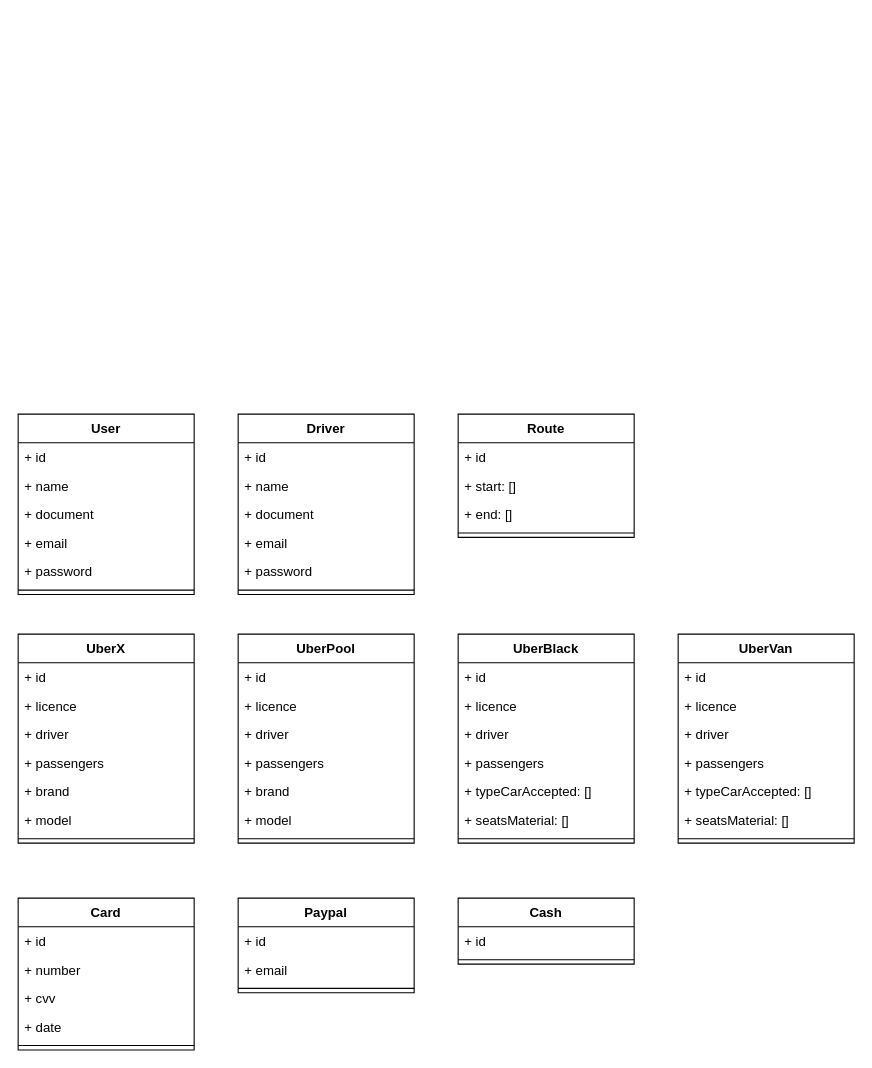
cristianiniguez/curso_programacion_orientada_objetos keeps this draw.io diagram as uml/uber.drawio. Above is the earlier version. Source tidied: cells renumbered, new cells numbered last; positions are measured from the earlier drawing's top-left corner, leaving out a move shared by most shapes. Both pictures are drawn from the tidied source at 110%, with x=0, y=0 at pixel (18, 414).
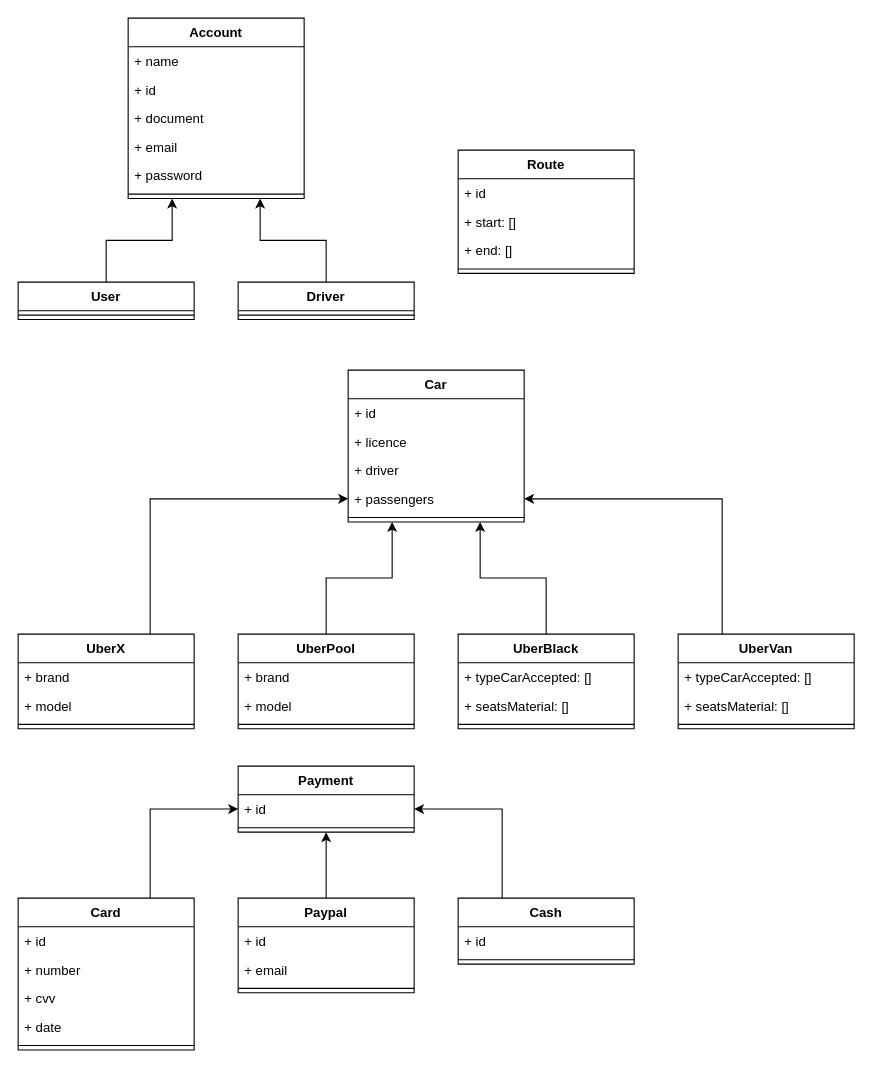
After the change.

Commit message:
poo - analisis: aplicando herencia

Unchanged cells that the change refers to:
```xml
<mxCell id="53" value="Card" style="swimlane;fontStyle=1;align=center;verticalAlign=top;horizontal=1;startSize=26;" parent="1" vertex="1">
  <mxGeometry y="440" width="160" height="138" as="geometry" />
</mxCell>
<mxCell id="59" value="Paypal" style="swimlane;fontStyle=1;align=center;verticalAlign=top;horizontal=1;startSize=26;" parent="1" vertex="1">
  <mxGeometry x="200" y="440" width="160" height="86" as="geometry" />
</mxCell>
<mxCell id="63" value="Cash" style="swimlane;fontStyle=1;align=center;verticalAlign=top;horizontal=1;startSize=26;" parent="1" vertex="1">
  <mxGeometry x="400" y="440" width="160" height="60" as="geometry" />
</mxCell>
```

What changed in the source:
```diff
@@
+    <mxCell id="66" style="edgeStyle=orthogonalEdgeStyle;rounded=0;jettySize=auto;html=1;exitX=0.5;exitY=0;exitDx=0;exitDy=0;entryX=0.25;entryY=1;entryDx=0;entryDy=0;" parent="1" edge="1" source="2" target="75">
+      <mxGeometry relative="1" as="geometry" />
+    </mxCell>
     <mxCell id="2" value="User" style="swimlane;fontStyle=1;align=center;verticalAlign=top;horizontal=1;startSize=26;" parent="1" vertex="1">
-      <mxGeometry width="160" height="164" as="geometry" />
+      <mxGeometry y="-120" width="160" height="34" as="geometry" />
     </mxCell>
-    <mxCell id="3" value="+ id" style="text;strokeColor=none;fillColor=none;align=left;verticalAlign=top;spacingLeft=4;spacingRight=4;overflow=hidden;" parent="2" vertex="1">
-      <mxGeometry y="26" width="160" height="26" as="geometry" />
-    </mxCell>
-    <mxCell id="4" value="+ name" style="text;strokeColor=none;fillColor=none;align=left;verticalAlign=top;spacingLeft=4;spacingRight=4;overflow=hidden;" parent="2" vertex="1">
-      <mxGeometry y="52" width="160" height="26" as="geometry" />
-    </mxCell>
-    <mxCell id="5" value="+ document" style="text;strokeColor=none;fillColor=none;align=left;verticalAlign=top;spacingLeft=4;spacingRight=4;overflow=hidden;" parent="2" vertex="1">
-      <mxGeometry y="78" width="160" height="26" as="geometry" />
-    </mxCell>
-    <mxCell id="6" value="+ email" style="text;strokeColor=none;fillColor=none;align=left;verticalAlign=top;spacingLeft=4;spacingRight=4;overflow=hidden;" parent="2" vertex="1">
-      <mxGeometry y="104" width="160" height="26" as="geometry" />
-    </mxCell>
-    <mxCell id="7" value="+ password" style="text;strokeColor=none;fillColor=none;align=left;verticalAlign=top;spacingLeft=4;spacingRight=4;overflow=hidden;" parent="2" vertex="1">
-      <mxGeometry y="130" width="160" height="26" as="geometry" />
-    </mxCell>
     <mxCell id="8" style="line;strokeWidth=1;fillColor=none;align=left;verticalAlign=middle;spacingTop=-1;spacingLeft=3;spacingRight=3;labelPosition=right;" parent="2" vertex="1">
-      <mxGeometry y="156" width="160" height="8" as="geometry" />
+      <mxGeometry y="26" width="160" height="8" as="geometry" />
     </mxCell>
     <mxCell id="9" value="Route" style="swimlane;fontStyle=1;align=center;verticalAlign=top;horizontal=1;startSize=26;" parent="1" vertex="1">
-      <mxGeometry x="400" width="160" height="112" as="geometry" />
+      <mxGeometry x="400" y="-240" width="160" height="112" as="geometry" />
     </mxCell>
@@
+    <mxCell id="67" style="edgeStyle=orthogonalEdgeStyle;rounded=0;jettySize=auto;html=1;exitX=0.75;exitY=0;exitDx=0;exitDy=0;entryX=0;entryY=0.5;entryDx=0;entryDy=0;" parent="1" edge="1" source="14" target="89">
+      <mxGeometry relative="1" as="geometry" />
+    </mxCell>
     <mxCell id="14" value="UberX" style="swimlane;fontStyle=1;align=center;verticalAlign=top;horizontal=1;startSize=26;" parent="1" vertex="1">
-      <mxGeometry y="200" width="160" height="190" as="geometry" />
+      <mxGeometry y="200" width="160" height="86" as="geometry" />
     </mxCell>
-    <mxCell id="15" value="+ id" style="text;strokeColor=none;fillColor=none;align=left;verticalAlign=top;spacingLeft=4;spacingRight=4;overflow=hidden;" parent="14" vertex="1">
-      <mxGeometry y="26" width="160" height="26" as="geometry" />
-    </mxCell>
-    <mxCell id="16" value="+ licence" style="text;strokeColor=none;fillColor=none;align=left;verticalAlign=top;spacingLeft=4;spacingRight=4;overflow=hidden;" parent="14" vertex="1">
-      <mxGeometry y="52" width="160" height="26" as="geometry" />
-    </mxCell>
-    <mxCell id="17" value="+ driver" style="text;strokeColor=none;fillColor=none;align=left;verticalAlign=top;spacingLeft=4;spacingRight=4;overflow=hidden;" parent="14" vertex="1">
-      <mxGeometry y="78" width="160" height="26" as="geometry" />
-    </mxCell>
-    <mxCell id="18" value="+ passengers" style="text;strokeColor=none;fillColor=none;align=left;verticalAlign=top;spacingLeft=4;spacingRight=4;overflow=hidden;" parent="14" vertex="1">
-      <mxGeometry y="104" width="160" height="26" as="geometry" />
-    </mxCell>
     <mxCell id="19" value="+ brand" style="text;strokeColor=none;fillColor=none;align=left;verticalAlign=top;spacingLeft=4;spacingRight=4;overflow=hidden;" parent="14" vertex="1">
-      <mxGeometry y="130" width="160" height="26" as="geometry" />
+      <mxGeometry y="26" width="160" height="26" as="geometry" />
     </mxCell>
     <mxCell id="20" value="+ model" style="text;strokeColor=none;fillColor=none;align=left;verticalAlign=top;spacingLeft=4;spacingRight=4;overflow=hidden;" parent="14" vertex="1">
-      <mxGeometry y="156" width="160" height="26" as="geometry" />
+      <mxGeometry y="52" width="160" height="26" as="geometry" />
     </mxCell>
     <mxCell id="21" style="line;strokeWidth=1;fillColor=none;align=left;verticalAlign=middle;spacingTop=-1;spacingLeft=3;spacingRight=3;labelPosition=right;" parent="14" vertex="1">
-      <mxGeometry y="182" width="160" height="8" as="geometry" />
+      <mxGeometry y="78" width="160" height="8" as="geometry" />
     </mxCell>
+    <mxCell id="68" style="edgeStyle=orthogonalEdgeStyle;rounded=0;jettySize=auto;html=1;exitX=0.5;exitY=0;exitDx=0;exitDy=0;entryX=0.75;entryY=1;entryDx=0;entryDy=0;" parent="1" edge="1" source="22" target="85">
+      <mxGeometry relative="1" as="geometry" />
+    </mxCell>
     <mxCell id="22" value="UberBlack" style="swimlane;fontStyle=1;align=center;verticalAlign=top;horizontal=1;startSize=26;" parent="1" vertex="1">
-      <mxGeometry x="400" y="200" width="160" height="190" as="geometry" />
+      <mxGeometry x="400" y="200" width="160" height="86" as="geometry" />
     </mxCell>
-    <mxCell id="23" value="+ id" style="text;strokeColor=none;fillColor=none;align=left;verticalAlign=top;spacingLeft=4;spacingRight=4;overflow=hidden;" parent="22" vertex="1">
-      <mxGeometry y="26" width="160" height="26" as="geometry" />
-    </mxCell>
-    <mxCell id="24" value="+ licence" style="text;strokeColor=none;fillColor=none;align=left;verticalAlign=top;spacingLeft=4;spacingRight=4;overflow=hidden;" parent="22" vertex="1">
-      <mxGeometry y="52" width="160" height="26" as="geometry" />
-    </mxCell>
-    <mxCell id="25" value="+ driver" style="text;strokeColor=none;fillColor=none;align=left;verticalAlign=top;spacingLeft=4;spacingRight=4;overflow=hidden;" parent="22" vertex="1">
-      <mxGeometry y="78" width="160" height="26" as="geometry" />
-    </mxCell>
-    <mxCell id="26" value="+ passengers" style="text;strokeColor=none;fillColor=none;align=left;verticalAlign=top;spacingLeft=4;spacingRight=4;overflow=hidden;" parent="22" vertex="1">
-      <mxGeometry y="104" width="160" height="26" as="geometry" />
-    </mxCell>
     <mxCell id="27" value="+ typeCarAccepted: []" style="text;strokeColor=none;fillColor=none;align=left;verticalAlign=top;spacingLeft=4;spacingRight=4;overflow=hidden;" parent="22" vertex="1">
-      <mxGeometry y="130" width="160" height="26" as="geometry" />
+      <mxGeometry y="26" width="160" height="26" as="geometry" />
     </mxCell>
     <mxCell id="28" value="+ seatsMaterial: []" style="text;strokeColor=none;fillColor=none;align=left;verticalAlign=top;spacingLeft=4;spacingRight=4;overflow=hidden;" parent="22" vertex="1">
-      <mxGeometry y="156" width="160" height="26" as="geometry" />
+      <mxGeometry y="52" width="160" height="26" as="geometry" />
     </mxCell>
     <mxCell id="29" style="line;strokeWidth=1;fillColor=none;align=left;verticalAlign=middle;spacingTop=-1;spacingLeft=3;spacingRight=3;labelPosition=right;" parent="22" vertex="1">
-      <mxGeometry y="182" width="160" height="8" as="geometry" />
+      <mxGeometry y="78" width="160" height="8" as="geometry" />
     </mxCell>
+    <mxCell id="69" style="edgeStyle=orthogonalEdgeStyle;rounded=0;jettySize=auto;html=1;exitX=0.25;exitY=0;exitDx=0;exitDy=0;entryX=1;entryY=0.5;entryDx=0;entryDy=0;" parent="1" edge="1" source="30" target="89">
+      <mxGeometry relative="1" as="geometry" />
+    </mxCell>
     <mxCell id="30" value="UberVan" style="swimlane;fontStyle=1;align=center;verticalAlign=top;horizontal=1;startSize=26;" parent="1" vertex="1">
-      <mxGeometry x="600" y="200" width="160" height="190" as="geometry" />
+      <mxGeometry x="600" y="200" width="160" height="86" as="geometry" />
     </mxCell>
-    <mxCell id="31" value="+ id" style="text;strokeColor=none;fillColor=none;align=left;verticalAlign=top;spacingLeft=4;spacingRight=4;overflow=hidden;" parent="30" vertex="1">
-      <mxGeometry y="26" width="160" height="26" as="geometry" />
-    </mxCell>
-    <mxCell id="32" value="+ licence" style="text;strokeColor=none;fillColor=none;align=left;verticalAlign=top;spacingLeft=4;spacingRight=4;overflow=hidden;" parent="30" vertex="1">
-      <mxGeometry y="52" width="160" height="26" as="geometry" />
-    </mxCell>
-    <mxCell id="33" value="+ driver" style="text;strokeColor=none;fillColor=none;align=left;verticalAlign=top;spacingLeft=4;spacingRight=4;overflow=hidden;" parent="30" vertex="1">
-      <mxGeometry y="78" width="160" height="26" as="geometry" />
-    </mxCell>
-    <mxCell id="34" value="+ passengers" style="text;strokeColor=none;fillColor=none;align=left;verticalAlign=top;spacingLeft=4;spacingRight=4;overflow=hidden;" parent="30" vertex="1">
-      <mxGeometry y="104" width="160" height="26" as="geometry" />
-    </mxCell>
     <mxCell id="35" value="+ typeCarAccepted: []" style="text;strokeColor=none;fillColor=none;align=left;verticalAlign=top;spacingLeft=4;spacingRight=4;overflow=hidden;" parent="30" vertex="1">
-      <mxGeometry y="130" width="160" height="26" as="geometry" />
+      <mxGeometry y="26" width="160" height="26" as="geometry" />
     </mxCell>
     <mxCell id="36" value="+ seatsMaterial: []" style="text;strokeColor=none;fillColor=none;align=left;verticalAlign=top;spacingLeft=4;spacingRight=4;overflow=hidden;" parent="30" vertex="1">
-      <mxGeometry y="156" width="160" height="26" as="geometry" />
+      <mxGeometry y="52" width="160" height="26" as="geometry" />
     </mxCell>
     <mxCell id="37" style="line;strokeWidth=1;fillColor=none;align=left;verticalAlign=middle;spacingTop=-1;spacingLeft=3;spacingRight=3;labelPosition=right;" parent="30" vertex="1">
-      <mxGeometry y="182" width="160" height="8" as="geometry" />
+      <mxGeometry y="78" width="160" height="8" as="geometry" />
     </mxCell>
+    <mxCell id="70" style="edgeStyle=orthogonalEdgeStyle;rounded=0;jettySize=auto;html=1;exitX=0.5;exitY=0;exitDx=0;exitDy=0;entryX=0.75;entryY=1;entryDx=0;entryDy=0;" parent="1" edge="1" source="38" target="75">
+      <mxGeometry relative="1" as="geometry" />
+    </mxCell>
     <mxCell id="38" value="Driver" style="swimlane;fontStyle=1;align=center;verticalAlign=top;horizontal=1;startSize=26;" parent="1" vertex="1">
-      <mxGeometry x="200" width="160" height="164" as="geometry" />
+      <mxGeometry x="200" y="-120" width="160" height="34" as="geometry" />
     </mxCell>
-    <mxCell id="39" value="+ id" style="text;strokeColor=none;fillColor=none;align=left;verticalAlign=top;spacingLeft=4;spacingRight=4;overflow=hidden;" parent="38" vertex="1">
-      <mxGeometry y="26" width="160" height="26" as="geometry" />
-    </mxCell>
-    <mxCell id="40" value="+ name" style="text;strokeColor=none;fillColor=none;align=left;verticalAlign=top;spacingLeft=4;spacingRight=4;overflow=hidden;" parent="38" vertex="1">
-      <mxGeometry y="52" width="160" height="26" as="geometry" />
-    </mxCell>
-    <mxCell id="41" value="+ document" style="text;strokeColor=none;fillColor=none;align=left;verticalAlign=top;spacingLeft=4;spacingRight=4;overflow=hidden;" parent="38" vertex="1">
-      <mxGeometry y="78" width="160" height="26" as="geometry" />
-    </mxCell>
-    <mxCell id="42" value="+ email" style="text;strokeColor=none;fillColor=none;align=left;verticalAlign=top;spacingLeft=4;spacingRight=4;overflow=hidden;" parent="38" vertex="1">
-      <mxGeometry y="104" width="160" height="26" as="geometry" />
-    </mxCell>
-    <mxCell id="43" value="+ password" style="text;strokeColor=none;fillColor=none;align=left;verticalAlign=top;spacingLeft=4;spacingRight=4;overflow=hidden;" parent="38" vertex="1">
-      <mxGeometry y="130" width="160" height="26" as="geometry" />
-    </mxCell>
     <mxCell id="44" style="line;strokeWidth=1;fillColor=none;align=left;verticalAlign=middle;spacingTop=-1;spacingLeft=3;spacingRight=3;labelPosition=right;" parent="38" vertex="1">
-      <mxGeometry y="156" width="160" height="8" as="geometry" />
+      <mxGeometry y="26" width="160" height="8" as="geometry" />
     </mxCell>
+    <mxCell id="71" style="edgeStyle=orthogonalEdgeStyle;rounded=0;jettySize=auto;html=1;exitX=0.5;exitY=0;exitDx=0;exitDy=0;entryX=0.25;entryY=1;entryDx=0;entryDy=0;" parent="1" edge="1" source="45" target="85">
+      <mxGeometry relative="1" as="geometry" />
+    </mxCell>
     <mxCell id="45" value="UberPool" style="swimlane;fontStyle=1;align=center;verticalAlign=top;horizontal=1;startSize=26;" parent="1" vertex="1">
-      <mxGeometry x="200" y="200" width="160" height="190" as="geometry" />
+      <mxGeometry x="200" y="200" width="160" height="86" as="geometry" />
     </mxCell>
-    <mxCell id="46" value="+ id" style="text;strokeColor=none;fillColor=none;align=left;verticalAlign=top;spacingLeft=4;spacingRight=4;overflow=hidden;" parent="45" vertex="1">
-      <mxGeometry y="26" width="160" height="26" as="geometry" />
-    </mxCell>
-    <mxCell id="47" value="+ licence" style="text;strokeColor=none;fillColor=none;align=left;verticalAlign=top;spacingLeft=4;spacingRight=4;overflow=hidden;" parent="45" vertex="1">
-      <mxGeometry y="52" width="160" height="26" as="geometry" />
-    </mxCell>
-    <mxCell id="48" value="+ driver" style="text;strokeColor=none;fillColor=none;align=left;verticalAlign=top;spacingLeft=4;spacingRight=4;overflow=hidden;" parent="45" vertex="1">
-      <mxGeometry y="78" width="160" height="26" as="geometry" />
-    </mxCell>
-    <mxCell id="49" value="+ passengers" style="text;strokeColor=none;fillColor=none;align=left;verticalAlign=top;spacingLeft=4;spacingRight=4;overflow=hidden;" parent="45" vertex="1">
-      <mxGeometry y="104" width="160" height="26" as="geometry" />
-    </mxCell>
     <mxCell id="50" value="+ brand" style="text;strokeColor=none;fillColor=none;align=left;verticalAlign=top;spacingLeft=4;spacingRight=4;overflow=hidden;" parent="45" vertex="1">
-      <mxGeometry y="130" width="160" height="26" as="geometry" />
+      <mxGeometry y="26" width="160" height="26" as="geometry" />
     </mxCell>
     <mxCell id="51" value="+ model" style="text;strokeColor=none;fillColor=none;align=left;verticalAlign=top;spacingLeft=4;spacingRight=4;overflow=hidden;" parent="45" vertex="1">
-      <mxGeometry y="156" width="160" height="26" as="geometry" />
+      <mxGeometry y="52" width="160" height="26" as="geometry" />
     </mxCell>
     <mxCell id="52" style="line;strokeWidth=1;fillColor=none;align=left;verticalAlign=middle;spacingTop=-1;spacingLeft=3;spacingRight=3;labelPosition=right;" parent="45" vertex="1">
-      <mxGeometry y="182" width="160" height="8" as="geometry" />
+      <mxGeometry y="78" width="160" height="8" as="geometry" />
     </mxCell>
+    <mxCell id="72" style="edgeStyle=orthogonalEdgeStyle;rounded=0;jettySize=auto;html=1;exitX=0.75;exitY=0;exitDx=0;exitDy=0;entryX=0;entryY=0.5;entryDx=0;entryDy=0;" parent="1" edge="1" source="53" target="83">
+      <mxGeometry relative="1" as="geometry" />
+    </mxCell>
@@
+    <mxCell id="73" style="edgeStyle=orthogonalEdgeStyle;rounded=0;jettySize=auto;html=1;exitX=0.5;exitY=0;exitDx=0;exitDy=0;entryX=0.5;entryY=1;entryDx=0;entryDy=0;" parent="1" edge="1" source="59" target="82">
+      <mxGeometry relative="1" as="geometry" />
+    </mxCell>
@@
+    <mxCell id="74" style="edgeStyle=orthogonalEdgeStyle;rounded=0;jettySize=auto;html=1;exitX=0.25;exitY=0;exitDx=0;exitDy=0;entryX=1;entryY=0.5;entryDx=0;entryDy=0;" parent="1" edge="1" source="63" target="83">
+      <mxGeometry relative="1" as="geometry" />
+    </mxCell>
@@
+    <mxCell id="75" value="Account" style="swimlane;fontStyle=1;align=center;verticalAlign=top;horizontal=1;startSize=26;" parent="1" vertex="1">
+      <mxGeometry x="100" y="-360" width="160" height="164" as="geometry" />
+    </mxCell>
+    <mxCell id="76" value="+ name" style="text;strokeColor=none;fillColor=none;align=left;verticalAlign=top;spacingLeft=4;spacingRight=4;overflow=hidden;" parent="75" vertex="1">
+      <mxGeometry y="26" width="160" height="26" as="geometry" />
+    </mxCell>
+    <mxCell id="77" value="+ id" style="text;strokeColor=none;fillColor=none;align=left;verticalAlign=top;spacingLeft=4;spacingRight=4;overflow=hidden;" parent="75" vertex="1">
+      <mxGeometry y="52" width="160" height="26" as="geometry" />
+    </mxCell>
+    <mxCell id="78" value="+ document" style="text;strokeColor=none;fillColor=none;align=left;verticalAlign=top;spacingLeft=4;spacingRight=4;overflow=hidden;" parent="75" vertex="1">
+      <mxGeometry y="78" width="160" height="26" as="geometry" />
+    </mxCell>
+    <mxCell id="79" value="+ email" style="text;strokeColor=none;fillColor=none;align=left;verticalAlign=top;spacingLeft=4;spacingRight=4;overflow=hidden;" parent="75" vertex="1">
+      <mxGeometry y="104" width="160" height="26" as="geometry" />
+    </mxCell>
+    <mxCell id="80" value="+ password" style="text;strokeColor=none;fillColor=none;align=left;verticalAlign=top;spacingLeft=4;spacingRight=4;overflow=hidden;" parent="75" vertex="1">
+      <mxGeometry y="130" width="160" height="26" as="geometry" />
+    </mxCell>
+    <mxCell id="81" style="line;strokeWidth=1;fillColor=none;align=left;verticalAlign=middle;spacingTop=-1;spacingLeft=3;spacingRight=3;labelPosition=right;" parent="75" vertex="1">
+      <mxGeometry y="156" width="160" height="8" as="geometry" />
+    </mxCell>
+    <mxCell id="82" value="Payment" style="swimlane;fontStyle=1;align=center;verticalAlign=top;horizontal=1;startSize=26;" parent="1" vertex="1">
+      <mxGeometry x="200" y="320" width="160" height="60" as="geometry" />
+    </mxCell>
+    <mxCell id="83" value="+ id" style="text;strokeColor=none;fillColor=none;align=left;verticalAlign=top;spacingLeft=4;spacingRight=4;overflow=hidden;points=[[0,0.5],[1,0.5]];portConstraint=eastwest;" parent="82" vertex="1">
+      <mxGeometry y="26" width="160" height="26" as="geometry" />
+    </mxCell>
+    <mxCell id="84" style="line;strokeWidth=1;fillColor=none;align=left;verticalAlign=middle;spacingTop=-1;spacingLeft=3;spacingRight=3;labelPosition=right;" parent="82" vertex="1">
+      <mxGeometry y="52" width="160" height="8" as="geometry" />
+    </mxCell>
+    <mxCell id="85" value="Car" style="swimlane;fontStyle=1;align=center;verticalAlign=top;horizontal=1;startSize=26;" parent="1" vertex="1">
+      <mxGeometry x="300" y="-40" width="160" height="138" as="geometry" />
+    </mxCell>
+    <mxCell id="86" value="+ id" style="text;strokeColor=none;fillColor=none;align=left;verticalAlign=top;spacingLeft=4;spacingRight=4;overflow=hidden;" parent="85" vertex="1">
+      <mxGeometry y="26" width="160" height="26" as="geometry" />
+    </mxCell>
+    <mxCell id="87" value="+ licence" style="text;strokeColor=none;fillColor=none;align=left;verticalAlign=top;spacingLeft=4;spacingRight=4;overflow=hidden;" parent="85" vertex="1">
+      <mxGeometry y="52" width="160" height="26" as="geometry" />
+    </mxCell>
+    <mxCell id="88" value="+ driver" style="text;strokeColor=none;fillColor=none;align=left;verticalAlign=top;spacingLeft=4;spacingRight=4;overflow=hidden;" parent="85" vertex="1">
+      <mxGeometry y="78" width="160" height="26" as="geometry" />
+    </mxCell>
+    <mxCell id="89" value="+ passengers" style="text;strokeColor=none;fillColor=none;align=left;verticalAlign=top;spacingLeft=4;spacingRight=4;overflow=hidden;points=[[0,0.5],[1,0.5]];portConstraint=eastwest;" parent="85" vertex="1">
+      <mxGeometry y="104" width="160" height="26" as="geometry" />
+    </mxCell>
+    <mxCell id="90" style="line;strokeWidth=1;fillColor=none;align=left;verticalAlign=middle;spacingTop=-1;spacingLeft=3;spacingRight=3;labelPosition=right;" parent="85" vertex="1">
+      <mxGeometry y="130" width="160" height="8" as="geometry" />
+    </mxCell>
```
